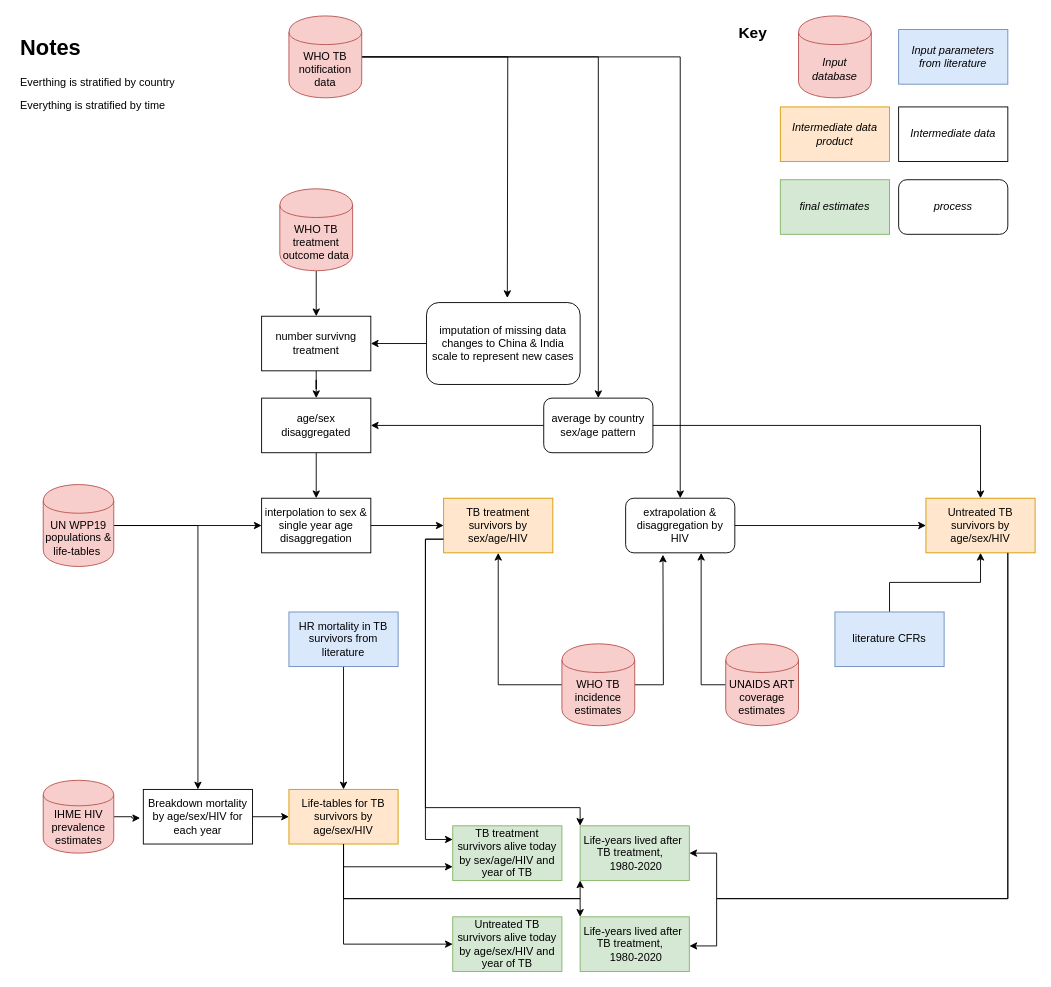
Earlier version of the draw.io diagram figs/Figure1.drawio (petedodd/post). Source tidied: cells renumbered, new cells numbered last; positions are measured from the earlier drawing's top-left corner, leaving out a move shared by most shapes. Both pictures are drawn from the tidied source at 91%, with x=0, y=0 at pixel (15, 15).
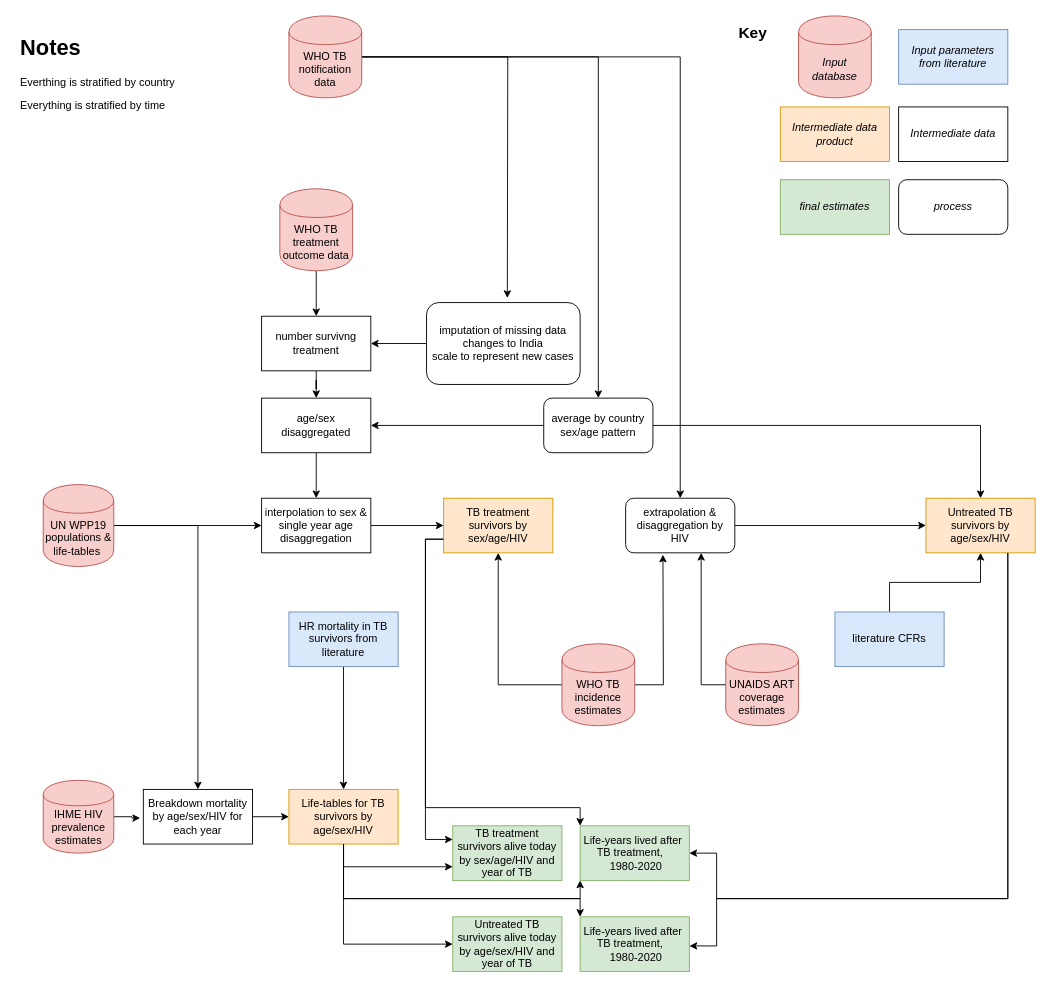
The same page after the edit.

Commit message (it also covers changes not shown here):
udpating figure1 & unc calx

Change to the diagram source:
```diff
@@
-    <mxCell id="17" value="imputation of missing data&lt;br&gt;changes to China &amp;amp; India&lt;br&gt;scale to represent new cases" style="rounded=1;whiteSpace=wrap;html=1;" parent="1" vertex="1">
+    <mxCell id="17" value="imputation of missing data&lt;br&gt;changes to India&lt;br&gt;scale to represent new cases" style="rounded=1;whiteSpace=wrap;html=1;" parent="1" vertex="1">
       <mxGeometry x="451.2" y="315" width="168.8" height="90" as="geometry" />
     </mxCell>
```
